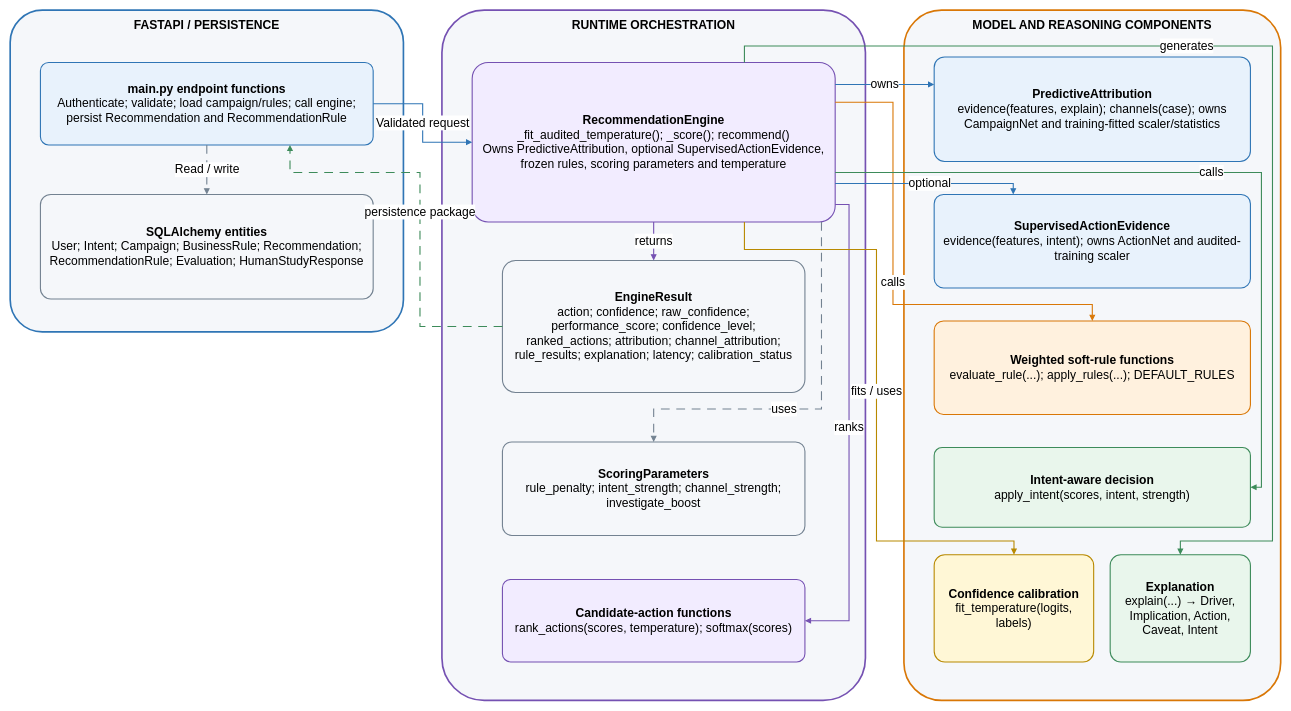
j1ngy0ng/FYP-Desicion-Support-System keeps this draw.io diagram as docs/chapter4_figures/Figure_4_5_Implemented_Model_and_Service_Class_Diagram_Rebuilt.drawio. Above is the earlier version. Source tidied: cells renumbered, new cells numbered last; positions are measured from the earlier drawing's top-left corner, leaving out a move shared by most shapes. Both pictures are drawn from the tidied source at 55%, with x=0, y=0 at pixel (10, 10).
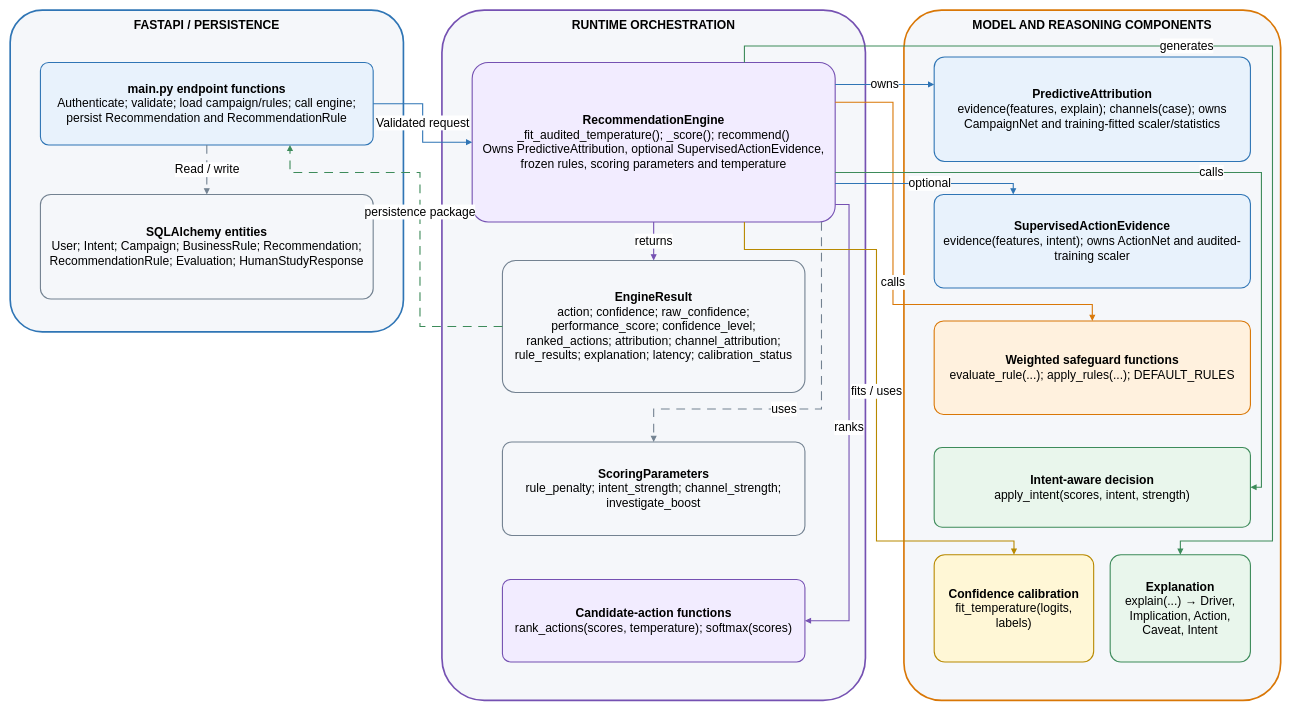
The same diagram, later.

The edit, as a diff of the source:
```diff
@@
-    <mxCell id="13" value="&lt;b&gt;Weighted soft-rule functions&lt;/b&gt;&lt;br&gt;evaluate_rule(...); apply_rules(...); DEFAULT_RULES" style="rounded=1;arcSize=10;whiteSpace=wrap;html=1;align=center;verticalAlign=middle;spacing=10;fontFamily=Arial;fontSize=22;fillColor=#FFF1DE;strokeColor=#D97706;strokeWidth=2;" parent="1" vertex="1">
+    <mxCell id="13" value="&lt;b&gt;Weighted safeguard functions&lt;/b&gt;&lt;br&gt;evaluate_rule(...); apply_rules(...); DEFAULT_RULES" style="rounded=1;arcSize=10;whiteSpace=wrap;html=1;align=center;verticalAlign=middle;spacing=10;fontFamily=Arial;fontSize=22;fillColor=#FFF1DE;strokeColor=#D97706;strokeWidth=2;" parent="1" vertex="1">
       <mxGeometry x="1680" y="565" width="575" height="170" as="geometry" />
     </mxCell>
```
